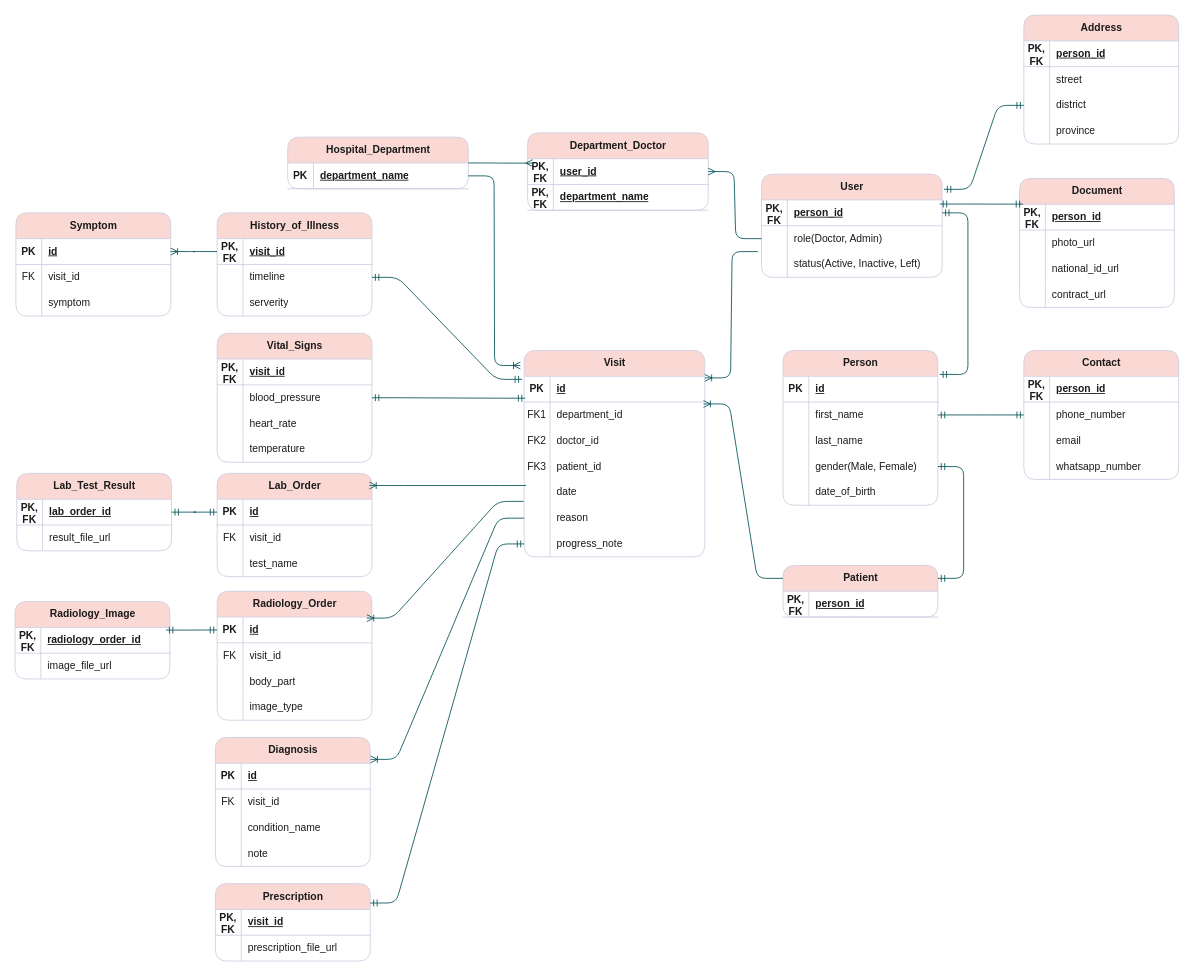
reza720/database-projects-collection keeps this draw.io diagram as Health Record Database System/ERD_Files/Health Record.drawio. Above is the earlier version. Source tidied: cells renumbered, new cells numbered last; positions are measured from the earlier drawing's top-left corner, leaving out a move shared by most shapes. Both pictures are drawn from the tidied source at 86%, with x=0, y=0 at pixel (15, 15).
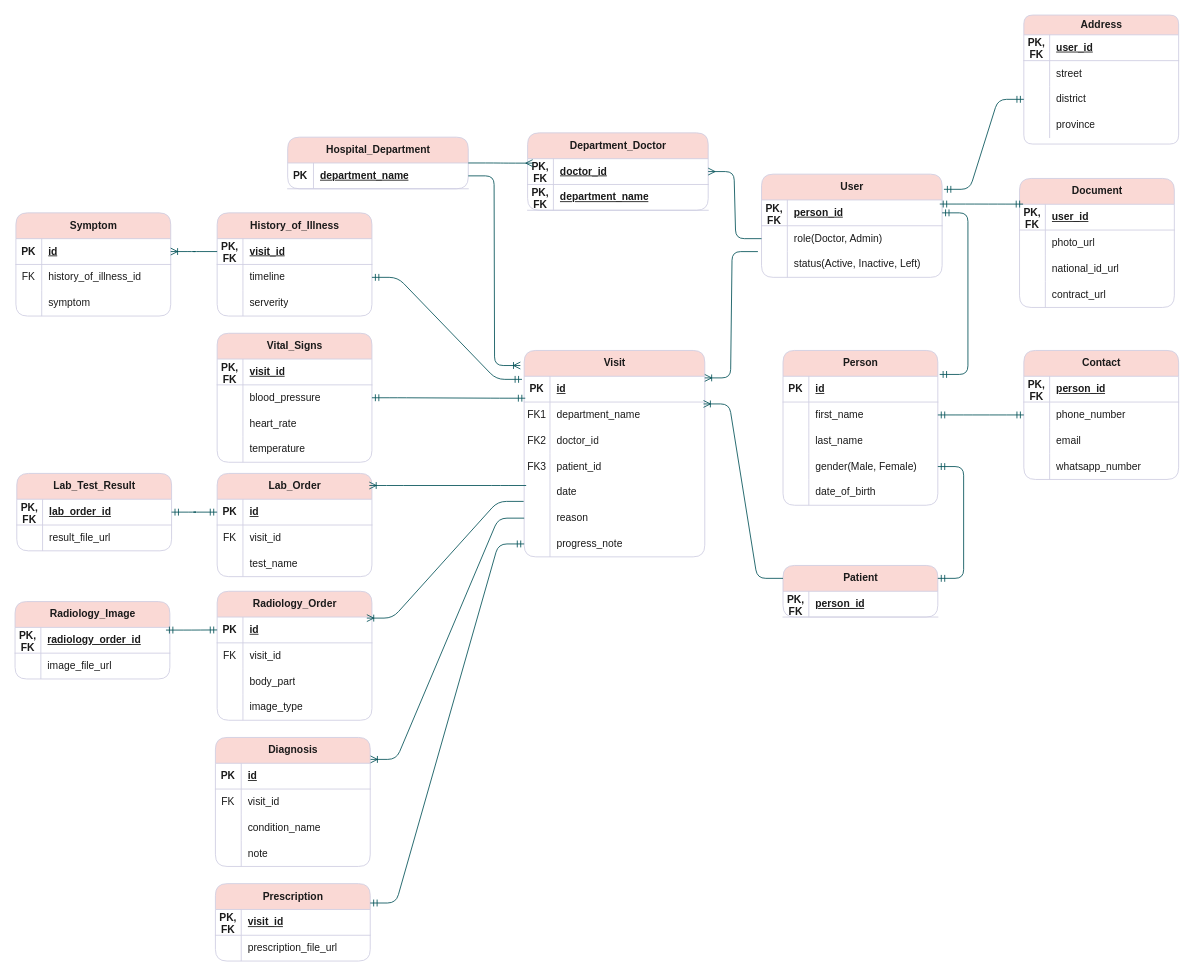
The same diagram, later.

Unchanged cells that the change refers to:
```xml
<mxCell id="62" style="shape=tableRow;horizontal=0;startSize=0;swimlaneHead=0;swimlaneBody=0;fillColor=none;points=[[0,0.5],[1,0.5]];portConstraint=eastwest;top=0;left=0;right=0;bottom=1;rounded=1;labelBackgroundColor=none;strokeColor=#D0CEE2;fontColor=#1A1A1A;" parent="61" vertex="1">
  <mxGeometry y="30" width="180" height="30" as="geometry" />
</mxCell>
<mxCell id="81" style="shape=tableRow;horizontal=0;startSize=0;swimlaneHead=0;swimlaneBody=0;fillColor=none;points=[[0,0.5],[1,0.5]];portConstraint=eastwest;top=0;left=0;right=0;bottom=1;rounded=1;labelBackgroundColor=none;strokeColor=#D0CEE2;fontColor=#1A1A1A;" parent="80" vertex="1">
  <mxGeometry y="30" width="210" height="30" as="geometry" />
</mxCell>
<mxCell id="93" style="shape=tableRow;horizontal=0;startSize=0;swimlaneHead=0;swimlaneBody=0;fillColor=none;points=[[0,0.5],[1,0.5]];portConstraint=eastwest;top=0;left=0;right=0;bottom=0;rounded=1;labelBackgroundColor=none;strokeColor=#D0CEE2;fontColor=#1A1A1A;" parent="89" vertex="1">
  <mxGeometry y="60" width="210" height="30" as="geometry" />
</mxCell>
<mxCell id="129" style="shape=tableRow;horizontal=0;startSize=0;swimlaneHead=0;swimlaneBody=0;fillColor=none;top=0;left=0;right=0;bottom=0;rounded=1;labelBackgroundColor=none;strokeColor=#D0CEE2;fontColor=#1A1A1A;" parent="125" vertex="1">
  <mxGeometry y="60" width="180" height="30" as="geometry" />
</mxCell>
```

Diff of the diagram source:
```diff
@@
-    <mxCell id="48" value="Address" style="shape=table;startSize=30;childLayout=tableLayout;rowLines=0;fontStyle=1;align=center;html=1;rounded=1;labelBackgroundColor=none;fillColor=#FAD9D5;strokeColor=#D0CEE2;fontColor=#1A1A1A;" parent="1" vertex="1">
+    <mxCell id="48" value="Address" style="shape=table;startSize=23;childLayout=tableLayout;rowLines=0;fontStyle=1;align=center;html=1;rounded=1;labelBackgroundColor=none;fillColor=#FAD9D5;strokeColor=#D0CEE2;fontColor=#1A1A1A;" parent="1" vertex="1">
       <mxGeometry x="1173" width="180" height="150" as="geometry" />
     </mxCell>
     <mxCell id="49" style="shape=tableRow;horizontal=0;startSize=0;swimlaneHead=0;swimlaneBody=0;fillColor=none;top=0;left=0;right=0;bottom=1;rounded=1;labelBackgroundColor=none;strokeColor=#D0CEE2;fontColor=#1A1A1A;" parent="48" vertex="1">
-      <mxGeometry y="30" width="180" height="30" as="geometry" />
+      <mxGeometry y="23" width="180" height="30" as="geometry" />
     </mxCell>
@@
-    <mxCell id="51" value="person_id" style="shape=partialRectangle;fillColor=none;top=0;left=0;bottom=0;right=0;align=left;spacingLeft=6;fontStyle=5;overflow=hidden;whiteSpace=wrap;html=1;rounded=1;labelBackgroundColor=none;strokeColor=#D0CEE2;fontColor=#1A1A1A;" parent="49" vertex="1">
+    <mxCell id="51" value="user_id" style="shape=partialRectangle;fillColor=none;top=0;left=0;bottom=0;right=0;align=left;spacingLeft=6;fontStyle=5;overflow=hidden;whiteSpace=wrap;html=1;rounded=1;labelBackgroundColor=none;strokeColor=#D0CEE2;fontColor=#1A1A1A;" parent="49" vertex="1">
       <mxGeometry x="30" width="150" height="30" as="geometry" />
     </mxCell>
     <mxCell id="52" style="shape=tableRow;horizontal=0;startSize=0;swimlaneHead=0;swimlaneBody=0;fillColor=none;top=0;left=0;right=0;bottom=0;rounded=1;labelBackgroundColor=none;strokeColor=#D0CEE2;fontColor=#1A1A1A;" parent="48" vertex="1">
-      <mxGeometry y="60" width="180" height="30" as="geometry" />
+      <mxGeometry y="53" width="180" height="30" as="geometry" />
     </mxCell>
@@
     <mxCell id="55" style="shape=tableRow;horizontal=0;startSize=0;swimlaneHead=0;swimlaneBody=0;fillColor=none;points=[[0,0.5],[1,0.5]];portConstraint=eastwest;top=0;left=0;right=0;bottom=0;rounded=1;labelBackgroundColor=none;strokeColor=#D0CEE2;fontColor=#1A1A1A;" parent="48" vertex="1">
-      <mxGeometry y="90" width="180" height="30" as="geometry" />
+      <mxGeometry y="83" width="180" height="30" as="geometry" />
     </mxCell>
@@
     <mxCell id="58" style="shape=tableRow;horizontal=0;startSize=0;swimlaneHead=0;swimlaneBody=0;fillColor=none;top=0;left=0;right=0;bottom=0;rounded=1;labelBackgroundColor=none;strokeColor=#D0CEE2;fontColor=#1A1A1A;" parent="48" vertex="1">
-      <mxGeometry y="120" width="180" height="30" as="geometry" />
+      <mxGeometry y="113" width="180" height="30" as="geometry" />
     </mxCell>
@@
-    <mxCell id="64" value="person_id" style="shape=partialRectangle;fillColor=none;top=0;left=0;bottom=0;right=0;align=left;spacingLeft=6;fontStyle=5;overflow=hidden;whiteSpace=wrap;html=1;rounded=1;labelBackgroundColor=none;strokeColor=#D0CEE2;fontColor=#1A1A1A;" parent="62" vertex="1">
+    <mxCell id="64" value="user_id" style="shape=partialRectangle;fillColor=none;top=0;left=0;bottom=0;right=0;align=left;spacingLeft=6;fontStyle=5;overflow=hidden;whiteSpace=wrap;html=1;rounded=1;labelBackgroundColor=none;strokeColor=#D0CEE2;fontColor=#1A1A1A;" parent="62" vertex="1">
       <mxGeometry x="30" width="150" height="30" as="geometry" />
     </mxCell>
@@
-    <mxCell id="83" value="user_id" style="shape=partialRectangle;fillColor=none;top=0;left=0;bottom=0;right=0;align=left;spacingLeft=6;fontStyle=5;overflow=hidden;whiteSpace=wrap;html=1;rounded=1;labelBackgroundColor=none;strokeColor=#D0CEE2;fontColor=#1A1A1A;" parent="81" vertex="1">
+    <mxCell id="83" value="doctor_id" style="shape=partialRectangle;fillColor=none;top=0;left=0;bottom=0;right=0;align=left;spacingLeft=6;fontStyle=5;overflow=hidden;whiteSpace=wrap;html=1;rounded=1;labelBackgroundColor=none;strokeColor=#D0CEE2;fontColor=#1A1A1A;" parent="81" vertex="1">
       <mxGeometry x="30" width="180" height="30" as="geometry" />
     </mxCell>
@@
-    <mxCell id="95" value="department_id" style="shape=partialRectangle;fillColor=none;top=0;left=0;bottom=0;right=0;align=left;spacingLeft=6;overflow=hidden;whiteSpace=wrap;html=1;rounded=1;labelBackgroundColor=none;strokeColor=#D0CEE2;fontColor=#1A1A1A;" parent="93" vertex="1">
+    <mxCell id="95" value="department_name" style="shape=partialRectangle;fillColor=none;top=0;left=0;bottom=0;right=0;align=left;spacingLeft=6;overflow=hidden;whiteSpace=wrap;html=1;rounded=1;labelBackgroundColor=none;strokeColor=#D0CEE2;fontColor=#1A1A1A;" parent="93" vertex="1">
       <mxGeometry x="30" width="180" height="30" as="geometry" />
     </mxCell>
@@
-    <mxCell id="131" value="visit_id" style="shape=partialRectangle;fillColor=none;top=0;left=0;bottom=0;right=0;align=left;spacingLeft=6;overflow=hidden;whiteSpace=wrap;html=1;rounded=1;labelBackgroundColor=none;strokeColor=#D0CEE2;fontColor=#1A1A1A;" parent="129" vertex="1">
+    <mxCell id="131" value="history_of_illness_id" style="shape=partialRectangle;fillColor=none;top=0;left=0;bottom=0;right=0;align=left;spacingLeft=6;overflow=hidden;whiteSpace=wrap;html=1;rounded=1;labelBackgroundColor=none;strokeColor=#D0CEE2;fontColor=#1A1A1A;" parent="129" vertex="1">
       <mxGeometry x="30" width="150" height="30" as="geometry" />
     </mxCell>
```
